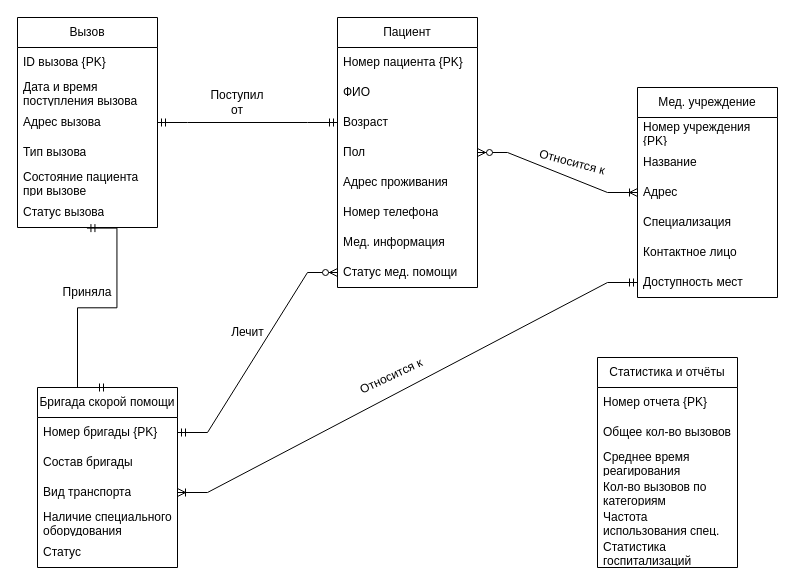
The draw.io diagram Диаграмма без названия.drawio in chchjii/Draw.io, before the edit. Source tidied: cells renumbered, new cells numbered last; positions are measured from the earlier drawing's top-left corner, leaving out a move shared by most shapes. Both pictures are drawn from the tidied source at 100%, with x=0, y=0 at pixel (17, 17).
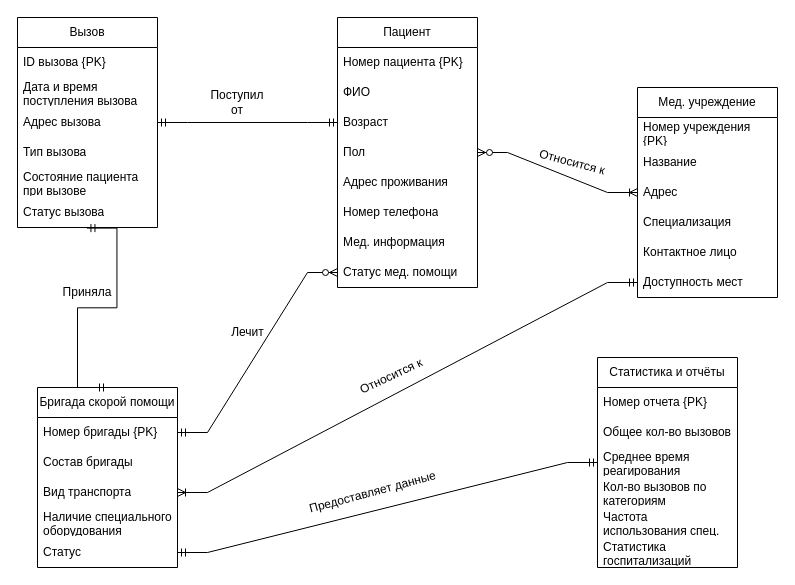
Above is the later version.

The change refers to these unchanged cells:
```xml
<mxCell id="23" value="Статус" style="text;strokeColor=none;fillColor=none;align=left;verticalAlign=middle;spacingLeft=4;spacingRight=4;overflow=hidden;points=[[0,0.5],[1,0.5]];portConstraint=eastwest;whiteSpace=wrap;html=1;" parent="18" vertex="1">
  <mxGeometry y="150" width="140" height="30" as="geometry" />
</mxCell>
<mxCell id="34" value="Среднее время реагирования" style="text;strokeColor=none;fillColor=none;align=left;verticalAlign=middle;spacingLeft=4;spacingRight=4;overflow=hidden;points=[[0,0.5],[1,0.5]];portConstraint=eastwest;whiteSpace=wrap;html=1;" parent="31" vertex="1">
  <mxGeometry y="90" width="140" height="30" as="geometry" />
</mxCell>
```

The edit, as a diff of the source:
```diff
@@
+    <mxCell id="48" style="edgeStyle=entityRelationEdgeStyle;fontSize=12;html=1;endArrow=ERmandOne;startArrow=ERmandOne;rounded=0;entryX=0;entryY=0.5;entryDx=0;entryDy=0;exitX=1;exitY=0.5;exitDx=0;exitDy=0;" parent="1" edge="1" source="23" target="34">
+      <mxGeometry relative="1" as="geometry">
+        <Array as="points">
+          <mxPoint x="380" y="660" />
+          <mxPoint x="370" y="460" />
+        </Array>
+      </mxGeometry>
+    </mxCell>
+    <mxCell id="49" value="Предоставляет данные" style="text;html=1;align=center;verticalAlign=middle;strokeColor=none;fillColor=none;rotation=-15;" parent="1" vertex="1">
+      <mxGeometry x="280" y="460" width="150" height="30" as="geometry" />
+    </mxCell>
```
